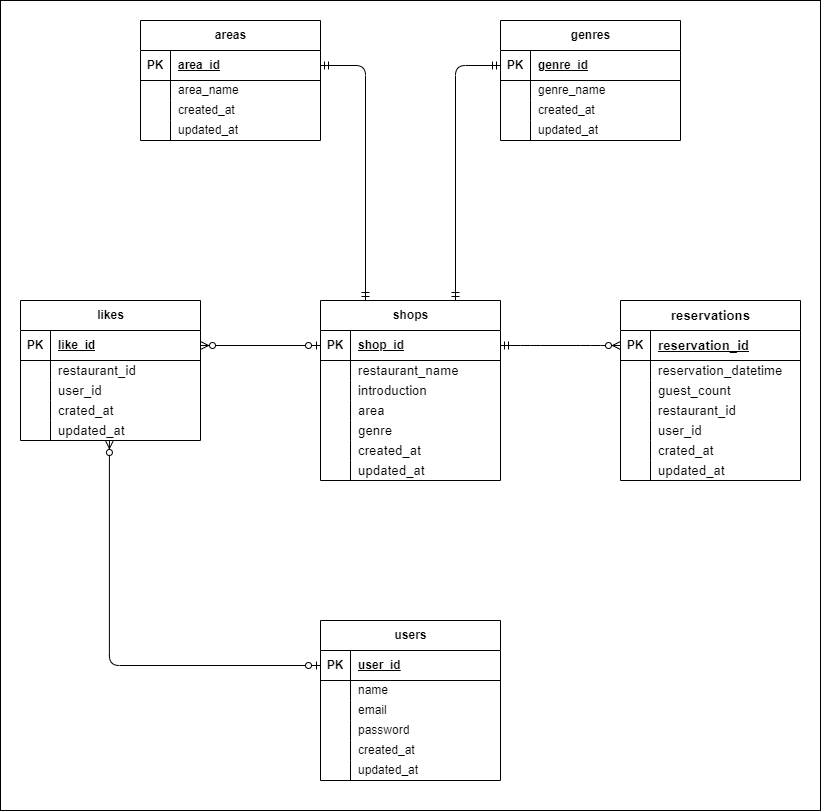
The draw.io diagram ER.drawio.png in seiya71/Rese, before a commit. Source tidied: cells renumbered, new cells last; positions are measured from the earlier drawing's top-left corner, leaving out a move shared by most shapes.
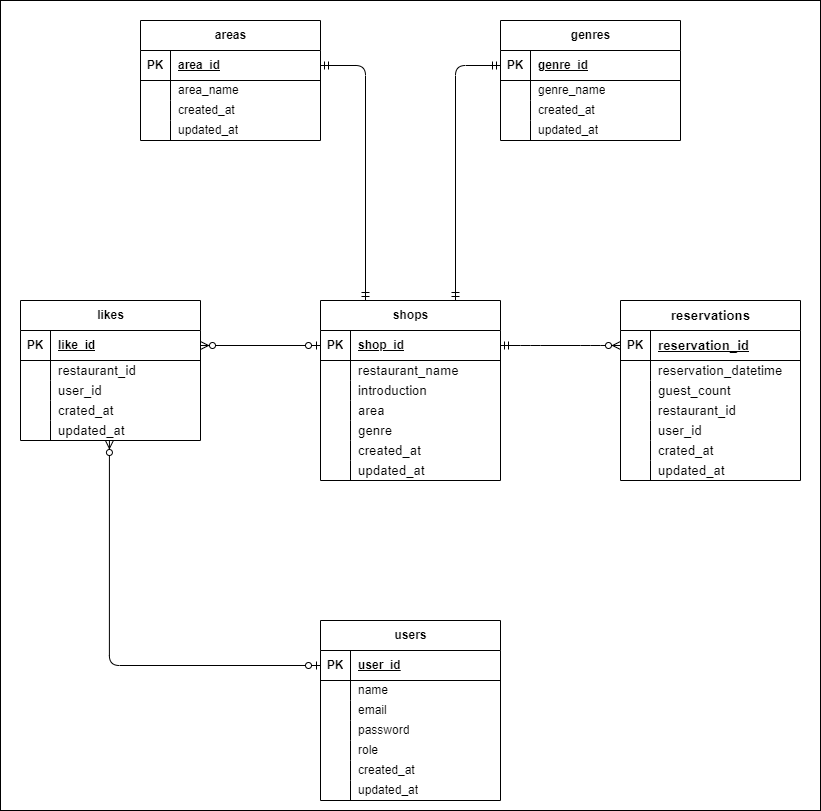
The same diagram one commit later.

Diff of the diagram source:
```diff
@@ -6,7 +6,7 @@
       <mxGeometry width="820" height="810" as="geometry" />
     </mxCell>
     <mxCell id="3" value="users" style="shape=table;startSize=30;rowLines=0;fontStyle=1;align=center;html=1;" parent="1" vertex="1">
-      <mxGeometry x="320" y="620" width="180" height="160" as="geometry" />
+      <mxGeometry x="320" y="620" width="180" height="180" as="geometry" />
     </mxCell>
     <mxCell id="4" style="shape=tableRow;horizontal=0;startSize=0;swimlaneHead=0;swimlaneBody=0;fillColor=none;points=[[0,0.5],[1,0.5]];portConstraint=eastwest;top=0;left=0;right=0;bottom=1;" parent="3" vertex="1">
       <mxGeometry y="30" width="180" height="30" as="geometry" />
@@ -44,8 +44,17 @@
     <mxCell id="15" value="password" style="shape=partialRectangle;fillColor=none;top=0;left=0;bottom=0;right=0;align=left;spacingLeft=6;overflow=hidden;whiteSpace=wrap;html=1;" parent="13" vertex="1">
       <mxGeometry x="30" width="150" height="20" as="geometry" />
     </mxCell>
+    <mxCell id="113" style="shape=tableRow;horizontal=0;startSize=0;swimlaneHead=0;swimlaneBody=0;fillColor=none;top=0;left=0;right=0;bottom=0;" parent="3" vertex="1">
+      <mxGeometry y="120" width="180" height="20" as="geometry" />
+    </mxCell>
+    <mxCell id="114" style="shape=partialRectangle;fillColor=none;top=0;left=0;bottom=0;right=0;overflow=hidden;whiteSpace=wrap;html=1;" parent="113" vertex="1">
+      <mxGeometry width="30" height="20" as="geometry" />
+    </mxCell>
+    <mxCell id="115" value="role" style="shape=partialRectangle;fillColor=none;top=0;left=0;bottom=0;right=0;align=left;spacingLeft=6;overflow=hidden;whiteSpace=wrap;html=1;" parent="113" vertex="1">
+      <mxGeometry x="30" width="150" height="20" as="geometry" />
+    </mxCell>
     <mxCell id="16" style="shape=tableRow;horizontal=0;startSize=0;swimlaneHead=0;swimlaneBody=0;fillColor=none;top=0;left=0;right=0;bottom=0;" parent="3" vertex="1">
-      <mxGeometry y="120" width="180" height="20" as="geometry" />
+      <mxGeometry y="140" width="180" height="20" as="geometry" />
     </mxCell>
     <mxCell id="17" style="shape=partialRectangle;fillColor=none;top=0;left=0;bottom=0;right=0;overflow=hidden;whiteSpace=wrap;html=1;" parent="16" vertex="1">
       <mxGeometry width="30" height="20" as="geometry" />
@@ -54,7 +63,7 @@
       <mxGeometry x="30" width="150" height="20" as="geometry" />
     </mxCell>
     <mxCell id="19" style="shape=tableRow;horizontal=0;startSize=0;swimlaneHead=0;swimlaneBody=0;fillColor=none;top=0;left=0;right=0;bottom=0;" parent="3" vertex="1">
-      <mxGeometry y="140" width="180" height="20" as="geometry" />
+      <mxGeometry y="160" width="180" height="20" as="geometry" />
     </mxCell>
     <mxCell id="20" style="shape=partialRectangle;fillColor=none;top=0;left=0;bottom=0;right=0;overflow=hidden;whiteSpace=wrap;html=1;" parent="19" vertex="1">
       <mxGeometry width="30" height="20" as="geometry" />
```
